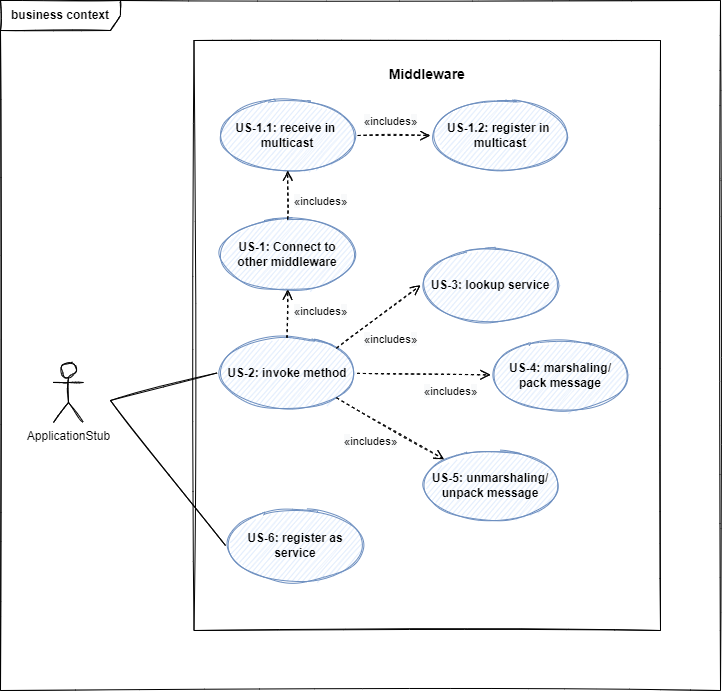
This is Dokumentation/Middleware/diagrams/scope_business.png from sckoenig/Distributed-Tron, a draw.io export, as it was before one commit. Source tidied: cells renumbered, new cells last; positions are measured from the earlier drawing's top-left corner, leaving out a move shared by most shapes.
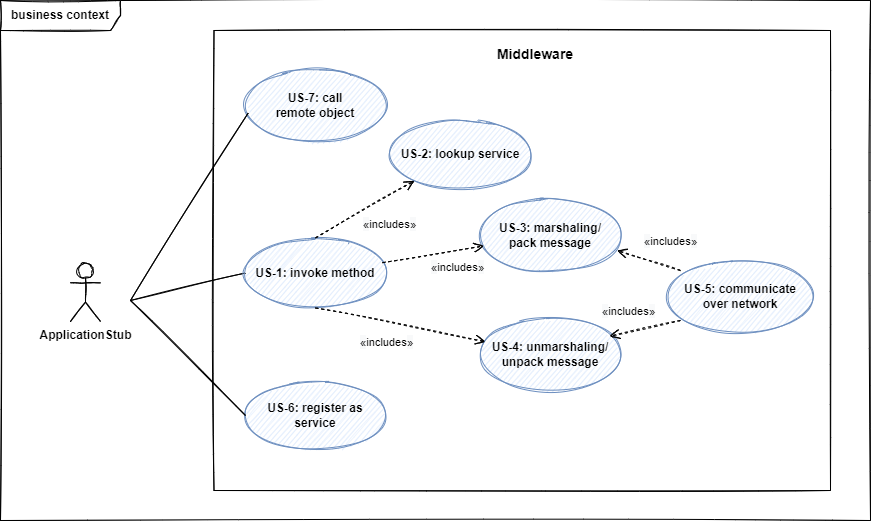
After the change.

Commit message:
use cases

Change to the diagram source:
```diff
@@ -3,13 +3,13 @@
     <mxCell id="0" />
     <mxCell id="1" parent="0" />
     <mxCell id="2" value="&lt;b&gt;business context&lt;/b&gt;" style="shape=umlFrame;whiteSpace=wrap;html=1;width=120;height=30;sketch=1;" parent="1" vertex="1">
-      <mxGeometry width="720" height="690" as="geometry" />
+      <mxGeometry x="-20" y="100" width="870" height="520" as="geometry" />
     </mxCell>
     <mxCell id="3" style="rounded=0;whiteSpace=wrap;html=1;fillColor=none;sketch=1;" parent="1" vertex="1">
-      <mxGeometry x="193.5" y="40" width="466.5" height="590" as="geometry" />
+      <mxGeometry x="193.5" y="130" width="616.5" height="460" as="geometry" />
     </mxCell>
-    <mxCell id="4" value="ApplicationStub" style="shape=umlActor;verticalLabelPosition=bottom;verticalAlign=top;html=1;sketch=1;" parent="1" vertex="1">
-      <mxGeometry x="53" y="362" width="30" height="60" as="geometry" />
+    <mxCell id="4" value="&lt;b&gt;ApplicationStub&lt;/b&gt;" style="shape=umlActor;verticalLabelPosition=bottom;verticalAlign=top;html=1;sketch=1;" parent="1" vertex="1">
+      <mxGeometry x="50" y="363" width="30" height="58" as="geometry" />
     </mxCell>
     <mxCell id="5" style="edgeStyle=orthogonalEdgeStyle;rounded=0;orthogonalLoop=1;jettySize=auto;html=1;exitX=0.5;exitY=1;exitDx=0;exitDy=0;sketch=1;" parent="1" edge="1">
       <mxGeometry relative="1" as="geometry">
@@ -17,13 +17,13 @@
         <mxPoint x="273" y="542" as="targetPoint" />
       </mxGeometry>
     </mxCell>
-    <mxCell id="6" style="endArrow=none;endFill=0;endSize=12;html=1;rounded=0;entryX=0;entryY=0.5;entryDx=0;entryDy=0;sketch=1;" parent="1" edge="1" target="12">
+    <mxCell id="6" style="endArrow=none;endFill=0;endSize=12;html=1;rounded=0;entryX=0;entryY=0.5;entryDx=0;entryDy=0;sketch=1;" parent="1" edge="1" target="9">
       <mxGeometry relative="1" as="geometry">
         <mxPoint x="110" y="400" as="sourcePoint" />
       </mxGeometry>
     </mxCell>
     <mxCell id="7" value="Middleware" style="text;align=center;fontStyle=1;verticalAlign=middle;spacingLeft=3;spacingRight=3;strokeColor=none;fillColor=none;sketch=1;fontSize=14;" parent="1" vertex="1">
-      <mxGeometry x="386.8" y="60" width="80" height="26" as="geometry" />
+      <mxGeometry x="475" y="140" width="80" height="26" as="geometry" />
     </mxCell>
     <mxCell id="8" style="edgeStyle=orthogonalEdgeStyle;rounded=0;orthogonalLoop=1;jettySize=auto;html=1;exitX=0.5;exitY=1;exitDx=0;exitDy=0;" parent="1" edge="1">
       <mxGeometry relative="1" as="geometry">
@@ -31,52 +31,57 @@
         <mxPoint x="285" y="337" as="targetPoint" />
       </mxGeometry>
     </mxCell>
-    <mxCell id="9" value="&lt;b&gt;US-1: Connect to&lt;br&gt;other middleware&lt;br&gt;&lt;/b&gt;" style="ellipse;whiteSpace=wrap;html=1;sketch=1;fillColor=#dae8fc;strokeColor=#6c8ebf;" parent="1" vertex="1">
-      <mxGeometry x="217.2" y="219" width="140" height="70" as="geometry" />
+    <mxCell id="9" value="&lt;b&gt;US-1: invoke method&lt;br&gt;&lt;/b&gt;" style="ellipse;whiteSpace=wrap;html=1;sketch=1;fillColor=#dae8fc;strokeColor=#6c8ebf;" parent="1" vertex="1">
+      <mxGeometry x="225" y="337.5" width="140" height="70" as="geometry" />
     </mxCell>
-    <mxCell id="10" value="&lt;b&gt;US-1.2: register in&amp;nbsp;&lt;br&gt;multicast&lt;br&gt;&lt;/b&gt;" style="ellipse;whiteSpace=wrap;html=1;sketch=1;fillColor=#dae8fc;strokeColor=#6c8ebf;" parent="1" vertex="1">
-      <mxGeometry x="430" y="100" width="140" height="70" as="geometry" />
+    <mxCell id="10" value="&lt;b&gt;US-6: register as service&lt;br&gt;&lt;/b&gt;" style="ellipse;whiteSpace=wrap;html=1;sketch=1;fillColor=#dae8fc;strokeColor=#6c8ebf;" parent="1" vertex="1">
+      <mxGeometry x="225" y="480" width="140" height="70" as="geometry" />
     </mxCell>
-    <mxCell id="11" value="&lt;b&gt;US-1.1: receive in&amp;nbsp;&lt;br&gt;multicast&lt;br&gt;&lt;/b&gt;" style="ellipse;whiteSpace=wrap;html=1;sketch=1;fillColor=#dae8fc;strokeColor=#6c8ebf;" parent="1" vertex="1">
-      <mxGeometry x="217.2" y="100" width="140" height="70" as="geometry" />
+    <mxCell id="11" value="&lt;b&gt;US-2: lookup service&lt;br&gt;&lt;/b&gt;" style="ellipse;whiteSpace=wrap;html=1;sketch=1;fillColor=#dae8fc;strokeColor=#6c8ebf;" parent="1" vertex="1">
+      <mxGeometry x="370" y="219" width="140" height="70" as="geometry" />
     </mxCell>
-    <mxCell id="12" value="&lt;b&gt;US-2: invoke method&lt;br&gt;&lt;/b&gt;" style="ellipse;whiteSpace=wrap;html=1;sketch=1;fillColor=#dae8fc;strokeColor=#6c8ebf;" parent="1" vertex="1">
-      <mxGeometry x="216.5" y="337.5" width="140" height="70" as="geometry" />
+    <mxCell id="12" style="endArrow=none;endFill=0;endSize=12;html=1;rounded=0;entryX=0;entryY=0.5;entryDx=0;entryDy=0;sketch=1;" parent="1" edge="1" target="10">
+      <mxGeometry relative="1" as="geometry">
+        <mxPoint x="110" y="400" as="sourcePoint" />
+      </mxGeometry>
     </mxCell>
-    <mxCell id="13" value="&lt;b&gt;US-6: register as service&lt;br&gt;&lt;/b&gt;" style="ellipse;whiteSpace=wrap;html=1;sketch=1;fillColor=#dae8fc;strokeColor=#6c8ebf;" parent="1" vertex="1">
-      <mxGeometry x="225" y="510" width="140" height="70" as="geometry" />
+    <mxCell id="13" value="&lt;span style=&quot;font-size: 12px; background-color: rgb(248, 249, 250);&quot;&gt;«&lt;/span&gt;includes&lt;span style=&quot;font-size: 12px; background-color: rgb(248, 249, 250);&quot;&gt;»&lt;/span&gt;" style="html=1;verticalAlign=bottom;endArrow=open;dashed=1;endSize=8;rounded=0;exitX=0.5;exitY=0;exitDx=0;exitDy=0;sketch=1;" parent="1" edge="1" source="9" target="11">
+      <mxGeometry x="0.17" y="-33" relative="1" as="geometry">
+        <mxPoint x="-1" as="offset" />
+      </mxGeometry>
     </mxCell>
-    <mxCell id="14" value="&lt;b&gt;US-3: lookup service&lt;br&gt;&lt;/b&gt;" style="ellipse;whiteSpace=wrap;html=1;sketch=1;fillColor=#dae8fc;strokeColor=#6c8ebf;" parent="1" vertex="1">
-      <mxGeometry x="420" y="250" width="140" height="70" as="geometry" />
+    <mxCell id="14" value="&lt;b&gt;US-3: marshaling/&lt;br&gt;pack message&lt;br&gt;&lt;/b&gt;" style="ellipse;whiteSpace=wrap;html=1;sketch=1;fillColor=#dae8fc;strokeColor=#6c8ebf;" parent="1" vertex="1">
+      <mxGeometry x="460" y="300" width="140" height="70" as="geometry" />
     </mxCell>
-    <mxCell id="15" style="endArrow=none;endFill=0;endSize=12;html=1;rounded=0;entryX=0;entryY=0.5;entryDx=0;entryDy=0;sketch=1;" parent="1" edge="1" target="13">
-      <mxGeometry relative="1" as="geometry">
-        <mxPoint x="110" y="400" as="sourcePoint" />
-      </mxGeometry>
+    <mxCell id="15" value="&lt;b&gt;US-4: unmarshaling/&lt;br&gt;unpack message&lt;br&gt;&lt;/b&gt;" style="ellipse;whiteSpace=wrap;html=1;sketch=1;fillColor=#dae8fc;strokeColor=#6c8ebf;" parent="1" vertex="1">
+      <mxGeometry x="460" y="419" width="140" height="70" as="geometry" />
     </mxCell>
-    <mxCell id="16" value="&lt;span style=&quot;font-size: 12px; background-color: rgb(248, 249, 250);&quot;&gt;«&lt;/span&gt;includes&lt;span style=&quot;font-size: 12px; background-color: rgb(248, 249, 250);&quot;&gt;»&lt;/span&gt;" style="html=1;verticalAlign=bottom;endArrow=open;dashed=1;endSize=8;rounded=0;exitX=0.5;exitY=0;exitDx=0;exitDy=0;sketch=1;entryX=0.5;entryY=1;entryDx=0;entryDy=0;" parent="1" edge="1" source="12" target="9">
-      <mxGeometry x="-0.26" y="-33" relative="1" as="geometry" />
+    <mxCell id="16" value="&lt;span style=&quot;font-size: 12px; background-color: rgb(248, 249, 250);&quot;&gt;«&lt;/span&gt;includes&lt;span style=&quot;font-size: 12px; background-color: rgb(248, 249, 250);&quot;&gt;»&lt;/span&gt;" style="html=1;verticalAlign=bottom;endArrow=open;dashed=1;endSize=8;rounded=0;sketch=1;" parent="1" edge="1" source="9" target="14">
+      <mxGeometry x="0.4" y="-26" relative="1" as="geometry" />
     </mxCell>
-    <mxCell id="17" value="&lt;span style=&quot;font-size: 12px; background-color: rgb(248, 249, 250);&quot;&gt;«&lt;/span&gt;includes&lt;span style=&quot;font-size: 12px; background-color: rgb(248, 249, 250);&quot;&gt;»&lt;/span&gt;" style="html=1;verticalAlign=bottom;endArrow=open;dashed=1;endSize=8;rounded=0;sketch=1;entryX=0.5;entryY=1;entryDx=0;entryDy=0;" parent="1" edge="1" source="9" target="11">
-      <mxGeometry x="-0.63" y="-33" relative="1" as="geometry" />
+    <mxCell id="17" value="&lt;span style=&quot;font-size: 12px; background-color: rgb(248, 249, 250);&quot;&gt;«&lt;/span&gt;includes&lt;span style=&quot;font-size: 12px; background-color: rgb(248, 249, 250);&quot;&gt;»&lt;/span&gt;" style="html=1;verticalAlign=bottom;endArrow=open;dashed=1;endSize=8;rounded=0;sketch=1;exitX=0.5;exitY=1;exitDx=0;exitDy=0;" parent="1" edge="1" source="9" target="15">
+      <mxGeometry x="-0.1" y="-29" relative="1" as="geometry" />
     </mxCell>
-    <mxCell id="18" value="&lt;span style=&quot;font-size: 12px; background-color: rgb(248, 249, 250);&quot;&gt;«&lt;/span&gt;includes&lt;span style=&quot;font-size: 12px; background-color: rgb(248, 249, 250);&quot;&gt;»&lt;/span&gt;" style="html=1;verticalAlign=bottom;endArrow=open;dashed=1;endSize=8;rounded=0;sketch=1;entryX=0;entryY=0.5;entryDx=0;entryDy=0;" parent="1" edge="1" source="11" target="10">
-      <mxGeometry x="-0.1" y="5" relative="1" as="geometry" />
+    <mxCell id="18" value="&lt;b&gt;US-5: communicate&lt;br&gt;over network&lt;br&gt;&lt;/b&gt;" style="ellipse;whiteSpace=wrap;html=1;sketch=1;fillColor=#dae8fc;strokeColor=#6c8ebf;" parent="1" vertex="1">
+      <mxGeometry x="650" y="361" width="140" height="70" as="geometry" />
     </mxCell>
-    <mxCell id="19" value="&lt;span style=&quot;font-size: 12px; background-color: rgb(248, 249, 250);&quot;&gt;«&lt;/span&gt;includes&lt;span style=&quot;font-size: 12px; background-color: rgb(248, 249, 250);&quot;&gt;»&lt;/span&gt;" style="html=1;verticalAlign=bottom;endArrow=open;dashed=1;endSize=8;rounded=0;exitX=1;exitY=0;exitDx=0;exitDy=0;sketch=1;entryX=0;entryY=0.5;entryDx=0;entryDy=0;" parent="1" edge="1" source="12" target="14">
-      <mxGeometry x="-0.17" y="-32" relative="1" as="geometry" />
+    <mxCell id="19" value="&lt;span style=&quot;font-size: 12px; background-color: rgb(248, 249, 250);&quot;&gt;«&lt;/span&gt;includes&lt;span style=&quot;font-size: 12px; background-color: rgb(248, 249, 250);&quot;&gt;»&lt;/span&gt;" style="html=1;verticalAlign=bottom;endArrow=open;dashed=1;endSize=8;rounded=0;sketch=1;entryX=0.923;entryY=0.24;entryDx=0;entryDy=0;entryPerimeter=0;" parent="1" edge="1" target="15">
+      <mxGeometry x="0.42" y="-11" relative="1" as="geometry">
+        <mxPoint x="660" y="420" as="sourcePoint" />
+      </mxGeometry>
     </mxCell>
-    <mxCell id="20" value="&lt;b&gt;US-4: marshaling/&lt;br&gt;pack message&lt;br&gt;&lt;/b&gt;" style="ellipse;whiteSpace=wrap;html=1;sketch=1;fillColor=#dae8fc;strokeColor=#6c8ebf;" parent="1" vertex="1">
-      <mxGeometry x="490" y="340" width="140" height="70" as="geometry" />
+    <mxCell id="20" value="&lt;b&gt;US-7: call&lt;br&gt;remote object&lt;br&gt;&lt;/b&gt;" style="ellipse;whiteSpace=wrap;html=1;sketch=1;fillColor=#dae8fc;strokeColor=#6c8ebf;" parent="1" vertex="1">
+      <mxGeometry x="225" y="170" width="140" height="70" as="geometry" />
     </mxCell>
-    <mxCell id="21" value="&lt;b&gt;US-5: unmarshaling/&lt;br&gt;unpack message&lt;br&gt;&lt;/b&gt;" style="ellipse;whiteSpace=wrap;html=1;sketch=1;fillColor=#dae8fc;strokeColor=#6c8ebf;" parent="1" vertex="1">
-      <mxGeometry x="420" y="450" width="140" height="70" as="geometry" />
+    <mxCell id="21" style="endArrow=none;endFill=0;endSize=12;html=1;rounded=0;entryX=0.019;entryY=0.609;entryDx=0;entryDy=0;sketch=1;entryPerimeter=0;" parent="1" edge="1" target="20">
+      <mxGeometry relative="1" as="geometry">
+        <mxPoint x="110" y="400" as="sourcePoint" />
+      </mxGeometry>
     </mxCell>
-    <mxCell id="22" value="&lt;span style=&quot;font-size: 12px; background-color: rgb(248, 249, 250);&quot;&gt;«&lt;/span&gt;includes&lt;span style=&quot;font-size: 12px; background-color: rgb(248, 249, 250);&quot;&gt;»&lt;/span&gt;" style="html=1;verticalAlign=bottom;endArrow=open;dashed=1;endSize=8;rounded=0;sketch=1;" parent="1" edge="1" source="12" target="20">
-      <mxGeometry x="0.4" y="-26" relative="1" as="geometry" />
+    <mxCell id="22" value="&lt;span style=&quot;font-size: 12px; background-color: rgb(248, 249, 250);&quot;&gt;«&lt;/span&gt;includes&lt;span style=&quot;font-size: 12px; background-color: rgb(248, 249, 250);&quot;&gt;»&lt;/span&gt;" style="html=1;verticalAlign=bottom;endArrow=open;dashed=1;endSize=8;rounded=0;sketch=1;entryX=0.977;entryY=0.713;entryDx=0;entryDy=0;entryPerimeter=0;" parent="1" edge="1" target="14">
+      <mxGeometry x="-0.53" y="-16" relative="1" as="geometry">
+        <mxPoint x="660" y="370" as="sourcePoint" />
+      </mxGeometry>
     </mxCell>
-    <mxCell id="23" value="&lt;span style=&quot;font-size: 12px; background-color: rgb(248, 249, 250);&quot;&gt;«&lt;/span&gt;includes&lt;span style=&quot;font-size: 12px; background-color: rgb(248, 249, 250);&quot;&gt;»&lt;/span&gt;" style="html=1;verticalAlign=bottom;endArrow=open;dashed=1;endSize=8;rounded=0;sketch=1;exitX=1;exitY=1;exitDx=0;exitDy=0;" parent="1" edge="1" source="12" target="21">
-      <mxGeometry x="-0.1" y="-29" relative="1" as="geometry" />
-    </mxCell>
   </root>
 </mxGraphModel>
```
